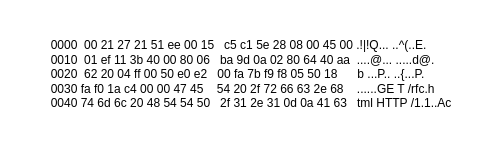
This is page "第 6 页" (6 of 6) of net1.drawio from Dong-J93/_pictures, a draw.io file, before an edit. Source tidied: cells renumbered, new cells numbered last; positions are measured from the earlier drawing's top-left corner, leaving out a move shared by most shapes. Both pictures are drawn from the tidied source at 100%, with x=0, y=0 at pixel (17, 17).
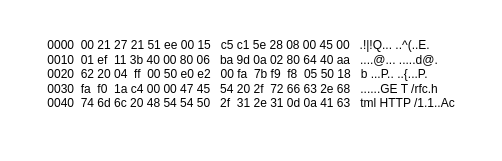
Above is the later version.

Change to the diagram source:
```diff
@@
 <mxGraphModel>
   <root>
     <mxCell id="0" />
     <mxCell id="1" parent="0" />
-    <mxCell id="2" value="&lt;div style=&quot;text-align: left;&quot;&gt;&lt;span style=&quot;background-color: light-dark(rgb(255, 255, 255), rgb(237, 237, 237)); color: light-dark(rgb(0, 0, 0), rgb(237, 237, 237));&quot;&gt;0000&amp;nbsp; 00 21 27 21 51 ee 00 15&amp;nbsp; &amp;nbsp;c5 c1 5e 28 08 00 45 00 .!|!Q... ..^(..E.&lt;/span&gt;&lt;/div&gt;&lt;div style=&quot;text-align: left;&quot;&gt;&lt;font style=&quot;color: rgb(0, 0, 0); background-color: light-dark(rgb(255, 255, 255), rgb(237, 237, 237));&quot;&gt;0010&amp;nbsp; 01 ef 11 3b 40 00 80 06&amp;nbsp; &amp;nbsp;ba 9d 0a 02 80 64 40 aa&amp;nbsp; ....@... .....d@.&lt;/font&gt;&lt;/div&gt;&lt;div style=&quot;text-align: left;&quot;&gt;&lt;font style=&quot;color: rgb(0, 0, 0); background-color: light-dark(rgb(255, 255, 255), rgb(237, 237, 237));&quot;&gt;0020&amp;nbsp; 62 20 04 ff 00 50 e0 e2&amp;nbsp; &amp;nbsp;00 fa 7b f9 f8 05 50 18&amp;nbsp; &amp;nbsp; &amp;nbsp; b ...P.. ..{...P.&amp;nbsp;&amp;nbsp;&lt;/font&gt;&lt;/div&gt;&lt;div style=&quot;text-align: left;&quot;&gt;&lt;span style=&quot;background-color: light-dark(rgb(255, 255, 255), rgb(237, 237, 237)); color: light-dark(rgb(0, 0, 0), rgb(237, 237, 237));&quot;&gt;0030 fa f0 1a c4 00 00 47 45&amp;nbsp; &amp;nbsp; 54 20 2f 72 66 63 2e 68&amp;nbsp; &amp;nbsp; ......GE T /rfc.h&lt;/span&gt;&lt;/div&gt;&lt;div style=&quot;text-align: left;&quot;&gt;&lt;font style=&quot;color: rgb(0, 0, 0); background-color: light-dark(rgb(255, 255, 255), rgb(237, 237, 237));&quot;&gt;0040 74 6d 6c 20 48 54 54 50&amp;nbsp; &amp;nbsp;2f 31 2e 31 0d 0a 41 63&amp;nbsp; &amp;nbsp;tml HTTP /1.1..Ac&lt;/font&gt;&lt;/div&gt;&lt;div style=&quot;text-align: left;&quot;&gt;&lt;font style=&quot;color: rgb(0, 0, 0); background-color: light-dark(rgb(255, 255, 255), rgb(237, 237, 237));&quot;&gt;&lt;br&gt;&lt;/font&gt;&lt;/div&gt;" style="text;html=1;align=center;verticalAlign=middle;whiteSpace=wrap;rounded=0;fontColor=#FFFFFF;" parent="1" vertex="1">
+    <mxCell id="2" value="&lt;div style=&quot;text-align: left;&quot;&gt;&lt;span style=&quot;background-color: light-dark(rgb(255, 255, 255), rgb(237, 237, 237)); color: light-dark(rgb(0, 0, 0), rgb(237, 237, 237));&quot;&gt;0000&amp;nbsp; 00 21 27 21 51 ee 00 15&amp;nbsp; &amp;nbsp;c5 c1 5e 28 08 00 45 00&amp;nbsp; &amp;nbsp;.!|!Q... ..^(..E.&lt;/span&gt;&lt;/div&gt;&lt;div style=&quot;text-align: left;&quot;&gt;&lt;font style=&quot;color: rgb(0, 0, 0); background-color: light-dark(rgb(255, 255, 255), rgb(237, 237, 237));&quot;&gt;0010&amp;nbsp; 01 ef&amp;nbsp; 11 3b 40 00 80 06&amp;nbsp; &amp;nbsp;ba 9d 0a 02 80 64 40 aa&amp;nbsp; &amp;nbsp;....@... .....d@.&lt;/font&gt;&lt;/div&gt;&lt;div style=&quot;text-align: left;&quot;&gt;&lt;font style=&quot;color: rgb(0, 0, 0); background-color: light-dark(rgb(255, 255, 255), rgb(237, 237, 237));&quot;&gt;0020&amp;nbsp; 62 20 04&amp;nbsp; ff&amp;nbsp; 00 50 e0 e2&amp;nbsp; &amp;nbsp;00 fa&amp;nbsp; 7b f9&amp;nbsp; f8&amp;nbsp; 05 50 18&amp;nbsp; &amp;nbsp;b ...P.. ..{...P.&amp;nbsp;&amp;nbsp;&lt;/font&gt;&lt;/div&gt;&lt;div style=&quot;text-align: left;&quot;&gt;&lt;span style=&quot;background-color: light-dark(rgb(255, 255, 255), rgb(237, 237, 237)); color: light-dark(rgb(0, 0, 0), rgb(237, 237, 237));&quot;&gt;0030&amp;nbsp; fa&amp;nbsp; f0&amp;nbsp; 1a c4 00 00 47 45&amp;nbsp; &amp;nbsp;54 20 2f&amp;nbsp; 72 66 63 2e 68&amp;nbsp; &amp;nbsp;......GE T /rfc.h&lt;/span&gt;&lt;/div&gt;&lt;div style=&quot;text-align: left;&quot;&gt;&lt;font style=&quot;color: rgb(0, 0, 0); background-color: light-dark(rgb(255, 255, 255), rgb(237, 237, 237));&quot;&gt;0040&amp;nbsp; 74 6d 6c 20 48 54 54 50&amp;nbsp; &amp;nbsp;2f&amp;nbsp; 31 2e 31 0d 0a 41 63&amp;nbsp; &amp;nbsp;tml HTTP /1.1..Ac&lt;/font&gt;&lt;/div&gt;&lt;div style=&quot;text-align: left;&quot;&gt;&lt;font style=&quot;color: rgb(0, 0, 0); background-color: light-dark(rgb(255, 255, 255), rgb(237, 237, 237));&quot;&gt;&lt;br&gt;&lt;/font&gt;&lt;/div&gt;" style="text;html=1;align=center;verticalAlign=middle;whiteSpace=wrap;rounded=0;fontColor=#FFFFFF;" parent="1" vertex="1">
       <mxGeometry width="468" height="127" as="geometry" />
     </mxCell>
   </root>
 </mxGraphModel>
```
